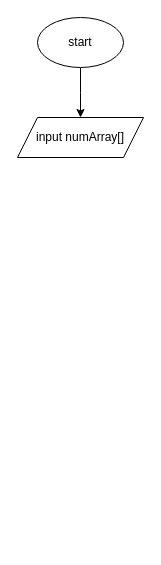
Earlier version of the draw.io diagram QuickSort/Untitled Diagram.drawio (vstartech11/Strukdat). Source tidied: cells renumbered, new cells numbered last; positions are measured from the earlier drawing's top-left corner, leaving out a move shared by most shapes. Both pictures are drawn from the tidied source at 100%, with x=0, y=0 at pixel (17, 17).
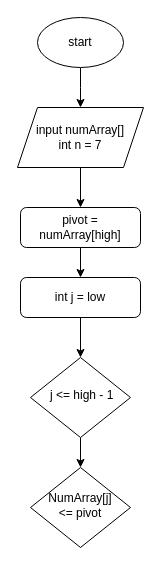
After the change.

Diff of the diagram source:
```diff
@@
 <mxGraphModel>
   <root>
     <mxCell id="0" />
     <mxCell id="1" parent="0" />
     <mxCell id="2" style="edgeStyle=orthogonalEdgeStyle;rounded=0;jettySize=auto;html=1;" parent="1" edge="1" source="3">
       <mxGeometry relative="1" as="geometry">
-        <mxPoint x="63" y="100" as="targetPoint" />
+        <mxPoint x="63" y="90" as="targetPoint" />
       </mxGeometry>
     </mxCell>
     <mxCell id="3" value="start" style="ellipse;whiteSpace=wrap;html=1;" parent="1" vertex="1">
       <mxGeometry x="20" width="86" height="50" as="geometry" />
     </mxCell>
+    <mxCell id="5" style="edgeStyle=orthogonalEdgeStyle;rounded=0;jettySize=auto;html=1;" parent="1" edge="1" source="4" target="10">
+      <mxGeometry relative="1" as="geometry" />
+    </mxCell>
-    <mxCell id="4" value="input numArray[]" style="shape=parallelogram;perimeter=parallelogramPerimeter;whiteSpace=wrap;html=1;fixedSize=1;" parent="1" vertex="1">
-      <mxGeometry y="100" width="126" height="40" as="geometry" />
+    <mxCell id="4" value="input numArray[]&lt;br&gt;int n = 7" style="shape=parallelogram;perimeter=parallelogramPerimeter;whiteSpace=wrap;html=1;fixedSize=1;" parent="1" vertex="1">
+      <mxGeometry y="90" width="126" height="60" as="geometry" />
     </mxCell>
+    <mxCell id="6" value="NumArray[j] &lt;br&gt;&amp;lt;= pivot" style="rhombus;whiteSpace=wrap;html=1;shadow=0;fontFamily=Helvetica;fontSize=12;align=center;strokeWidth=1;spacing=6;spacingTop=-4;" parent="1" vertex="1">
+      <mxGeometry x="13" y="450" width="100" height="80" as="geometry" />
+    </mxCell>
+    <mxCell id="7" style="edgeStyle=orthogonalEdgeStyle;rounded=0;jettySize=auto;html=1;" parent="1" edge="1" source="8" target="6">
+      <mxGeometry relative="1" as="geometry" />
+    </mxCell>
+    <mxCell id="8" value="&amp;nbsp;j &amp;lt;= high - 1" style="rhombus;whiteSpace=wrap;html=1;shadow=0;fontFamily=Helvetica;fontSize=12;align=center;strokeWidth=1;spacing=6;spacingTop=-4;" parent="1" vertex="1">
+      <mxGeometry x="13" y="340" width="100" height="80" as="geometry" />
+    </mxCell>
+    <mxCell id="9" style="edgeStyle=orthogonalEdgeStyle;rounded=0;jettySize=auto;html=1;" parent="1" edge="1" source="10" target="12">
+      <mxGeometry relative="1" as="geometry" />
+    </mxCell>
+    <mxCell id="10" value="pivot = numArray[high]" style="rounded=1;whiteSpace=wrap;html=1;fontSize=12;glass=0;strokeWidth=1;shadow=0;" parent="1" vertex="1">
+      <mxGeometry x="3" y="190" width="120" height="40" as="geometry" />
+    </mxCell>
+    <mxCell id="11" style="edgeStyle=orthogonalEdgeStyle;rounded=0;jettySize=auto;html=1;" parent="1" edge="1" source="12" target="8">
+      <mxGeometry relative="1" as="geometry" />
+    </mxCell>
+    <mxCell id="12" value="int j = low" style="rounded=1;whiteSpace=wrap;html=1;fontSize=12;glass=0;strokeWidth=1;shadow=0;" parent="1" vertex="1">
+      <mxGeometry x="3" y="260" width="120" height="40" as="geometry" />
+    </mxCell>
   </root>
 </mxGraphModel>
```
